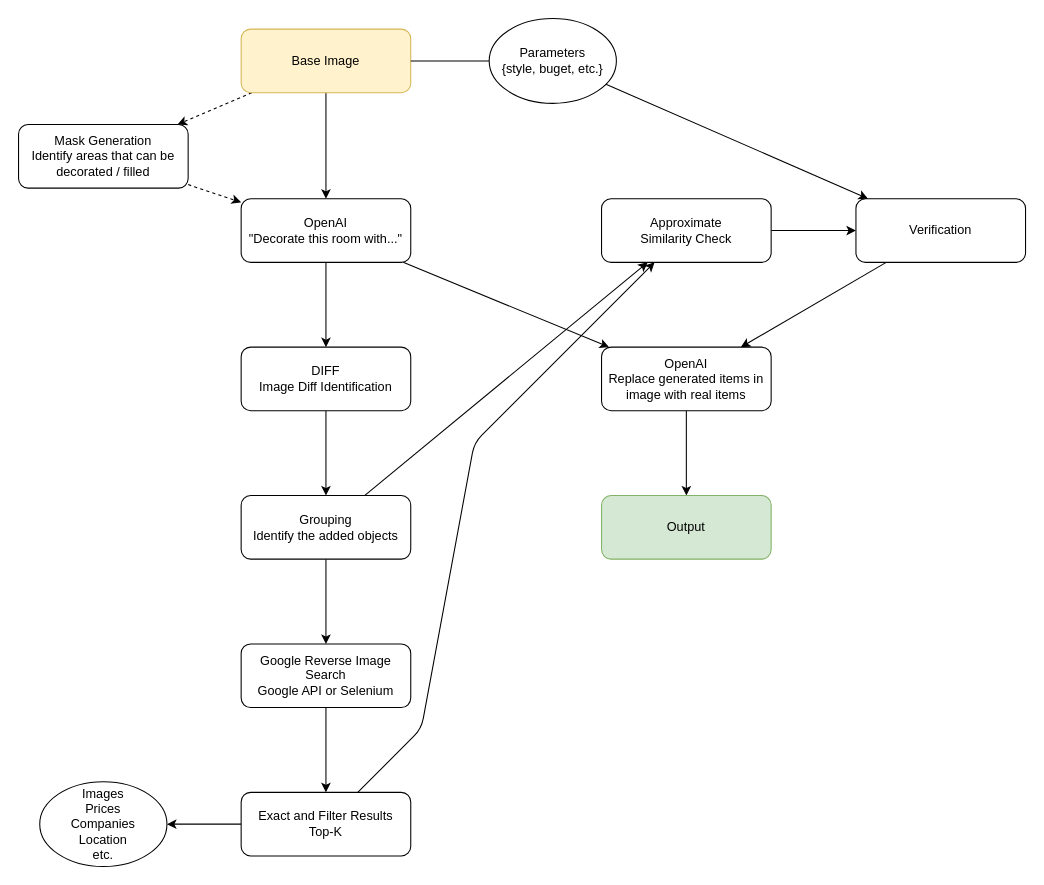
The draw.io diagram diagrams/p1.drawio in iiisong/reModel, before the edit. Source tidied: cells renumbered, new cells numbered last; positions are measured from the earlier drawing's top-left corner, leaving out a move shared by most shapes. Both pictures are drawn from the tidied source at 106%, with x=0, y=0 at pixel (18, 18).
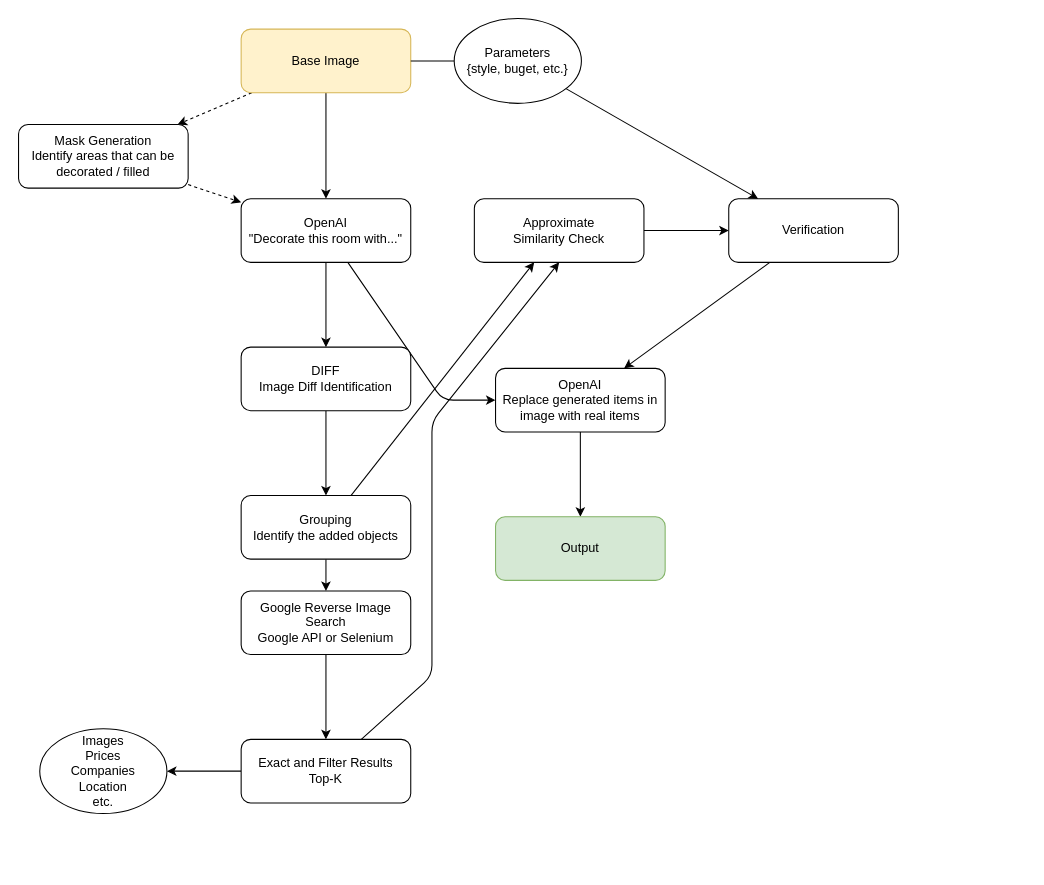
After the change.

The change refers to these unchanged cells:
```xml
<mxCell id="9" value="OpenAI&lt;div&gt;&quot;Decorate this room with...&quot;&lt;/div&gt;" style="rounded=1;whiteSpace=wrap;html=1;" parent="1" vertex="1">
  <mxGeometry x="210" y="170" width="160" height="60" as="geometry" />
</mxCell>
```

What changed in the source:
```diff
@@
     <mxCell id="8" style="edgeStyle=none;html=1;" parent="1" edge="1" source="9" target="29">
-      <mxGeometry relative="1" as="geometry" />
+      <mxGeometry relative="1" as="geometry">
+        <Array as="points">
+          <mxPoint x="400" y="360" />
+        </Array>
+      </mxGeometry>
     </mxCell>
@@
     <mxCell id="16" value="Google Reverse Image Search&lt;div&gt;Google API or Selenium&lt;/div&gt;" style="rounded=1;whiteSpace=wrap;html=1;" parent="1" vertex="1">
-      <mxGeometry x="210" y="590" width="160" height="60" as="geometry" />
+      <mxGeometry x="210" y="540" width="160" height="60" as="geometry" />
     </mxCell>
@@
-    <mxCell id="18" style="edgeStyle=none;html=1;" parent="1" edge="1" source="19" target="22">
+    <mxCell id="18" style="edgeStyle=none;html=1;entryX=0.5;entryY=1;entryDx=0;entryDy=0;" parent="1" edge="1" source="19" target="22">
       <mxGeometry relative="1" as="geometry">
         <Array as="points">
-          <mxPoint x="380" y="670" />
-          <mxPoint x="430" y="400" />
+          <mxPoint x="390" y="620" />
+          <mxPoint x="390" y="380" />
         </Array>
       </mxGeometry>
     </mxCell>
     <mxCell id="19" value="Exact and Filter Results&lt;div&gt;&lt;span style=&quot;background-color: transparent;&quot;&gt;Top-K&lt;/span&gt;&lt;br&gt;&lt;/div&gt;" style="rounded=1;whiteSpace=wrap;html=1;" parent="1" vertex="1">
-      <mxGeometry x="210" y="730" width="160" height="60" as="geometry" />
+      <mxGeometry x="210" y="680" width="160" height="60" as="geometry" />
     </mxCell>
     <mxCell id="20" value="Images&lt;div&gt;Prices&lt;/div&gt;&lt;div&gt;Companies&lt;/div&gt;&lt;div&gt;Location&lt;/div&gt;&lt;div&gt;etc.&lt;/div&gt;" style="ellipse;whiteSpace=wrap;html=1;" parent="1" vertex="1">
-      <mxGeometry x="20" y="720" width="120" height="80" as="geometry" />
+      <mxGeometry x="20" y="670" width="120" height="80" as="geometry" />
     </mxCell>
@@
     <mxCell id="22" value="&lt;div&gt;Approximate&lt;/div&gt;&lt;div&gt;Similarity Check&lt;/div&gt;" style="rounded=1;whiteSpace=wrap;html=1;" parent="1" vertex="1">
-      <mxGeometry x="550" y="170" width="160" height="60" as="geometry" />
+      <mxGeometry x="430" y="170" width="160" height="60" as="geometry" />
     </mxCell>
@@
     <mxCell id="24" value="&lt;div&gt;Verification&lt;/div&gt;" style="rounded=1;whiteSpace=wrap;html=1;" parent="1" vertex="1">
-      <mxGeometry x="790" y="170" width="160" height="60" as="geometry" />
+      <mxGeometry x="670" y="170" width="160" height="60" as="geometry" />
     </mxCell>
@@
     <mxCell id="27" value="Parameters&lt;div&gt;{style, buget, etc.}&lt;/div&gt;" style="ellipse;whiteSpace=wrap;html=1;" parent="1" vertex="1">
-      <mxGeometry x="444" width="120" height="80" as="geometry" />
+      <mxGeometry x="411" width="120" height="80" as="geometry" />
     </mxCell>
@@
     <mxCell id="29" value="OpenAI&lt;div&gt;Replace generated items in image with real items&lt;/div&gt;" style="rounded=1;whiteSpace=wrap;html=1;" parent="1" vertex="1">
-      <mxGeometry x="550" y="310" width="160" height="60" as="geometry" />
+      <mxGeometry x="450" y="330" width="160" height="60" as="geometry" />
     </mxCell>
     <mxCell id="30" value="Output" style="rounded=1;whiteSpace=wrap;html=1;fillColor=#d5e8d4;strokeColor=#82b366;" parent="1" vertex="1">
-      <mxGeometry x="550" y="450" width="160" height="60" as="geometry" />
+      <mxGeometry x="450" y="470" width="160" height="60" as="geometry" />
     </mxCell>
```
